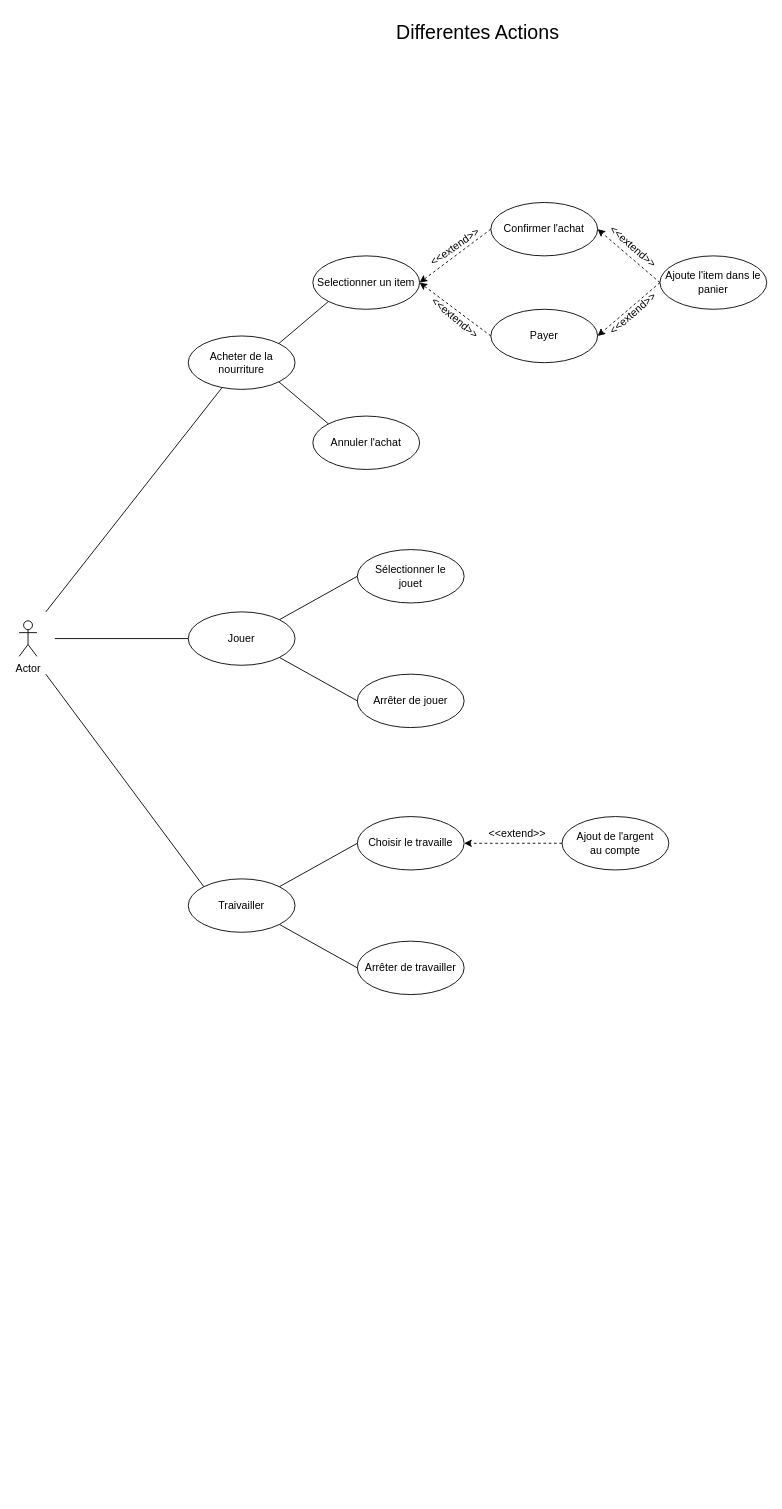
Above: page "Page-2" (2 of 2) of DiagramCasUtilisation.drawio in BMaurice56/Tamagotchi (draw.io), before the change. Source tidied: cells renumbered, new cells numbered last; positions are measured from the earlier drawing's top-left corner, leaving out a move shared by most shapes. Both pictures are drawn from the tidied source at 89%, with x=0, y=0 at pixel (19, 15).
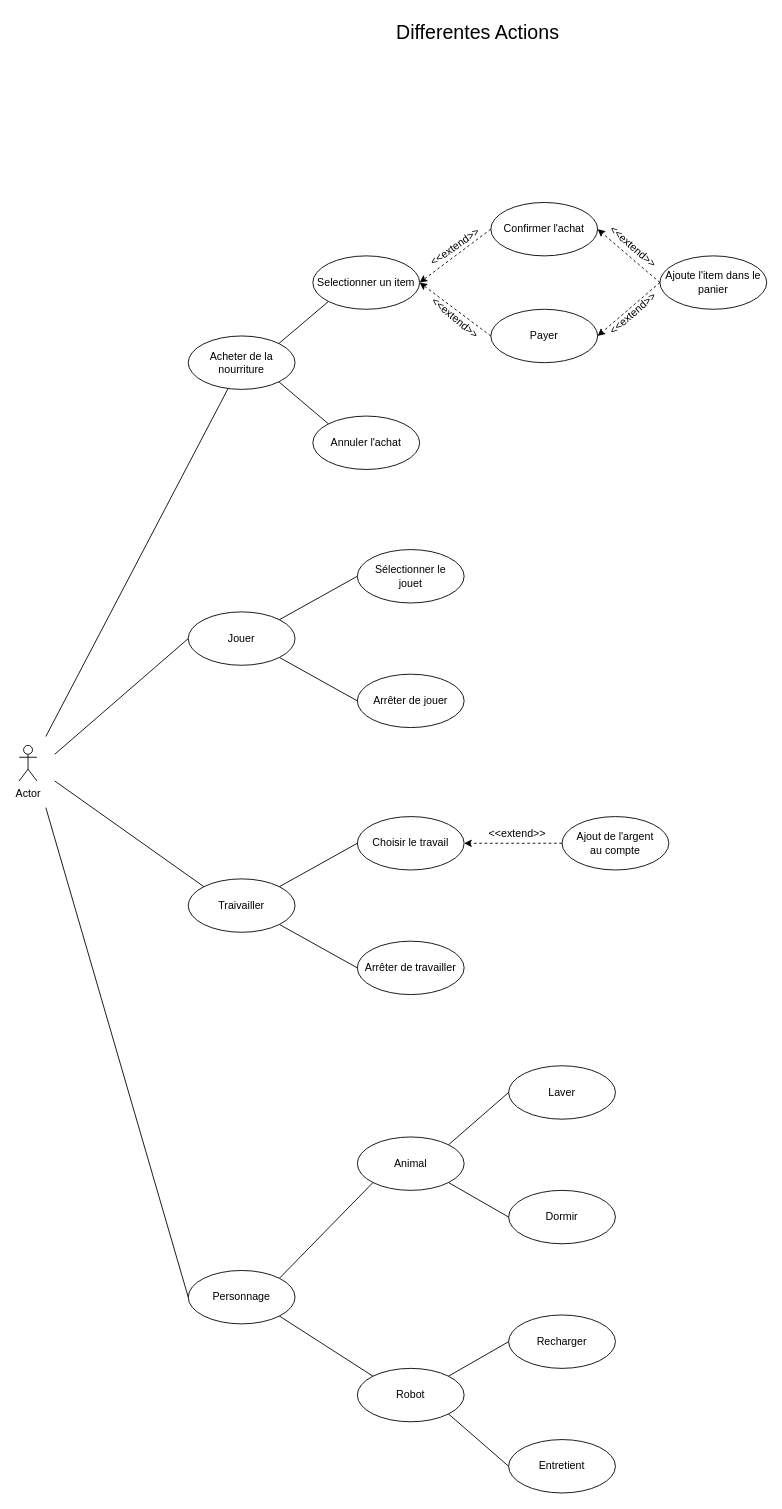
After the change.

Commit message:
Mettre à jour DiagramCasUtilisation.drawio

Unchanged cells that the change refers to:
```xml
<mxCell id="18" value="&lt;div&gt;Acheter de la &lt;br&gt;&lt;/div&gt;&lt;div&gt;nourriture&lt;br&gt;&lt;/div&gt;" style="ellipse;whiteSpace=wrap;html=1;" parent="1" vertex="1">
  <mxGeometry x="190" y="360" width="120" height="60" as="geometry" />
</mxCell>
<mxCell id="19" value="Traivailler" style="ellipse;whiteSpace=wrap;html=1;" parent="1" vertex="1">
  <mxGeometry x="190" y="970" width="120" height="60" as="geometry" />
</mxCell>
<mxCell id="20" value="Jouer" style="ellipse;whiteSpace=wrap;html=1;" parent="1" vertex="1">
  <mxGeometry x="190" y="670" width="120" height="60" as="geometry" />
</mxCell>
```

The edit, as a diff of the source:
```diff
@@
     <mxCell id="2" value="Actor" style="shape=umlActor;verticalLabelPosition=bottom;verticalAlign=top;html=1;" parent="1" vertex="1">
-      <mxGeometry y="680" width="20" height="40" as="geometry" />
+      <mxGeometry y="820" width="20" height="40" as="geometry" />
     </mxCell>
@@
     <mxCell id="22" style="endArrow=none;html=1;rounded=0;" parent="1" edge="1" target="18">
       <mxGeometry relative="1" as="geometry">
-        <mxPoint x="30" y="670" as="sourcePoint" />
+        <mxPoint x="30" y="810" as="sourcePoint" />
       </mxGeometry>
     </mxCell>
     <mxCell id="23" style="endArrow=none;html=1;rounded=0;entryX=0;entryY=0.5;entryDx=0;entryDy=0;" parent="1" edge="1" target="20">
       <mxGeometry relative="1" as="geometry">
-        <mxPoint x="40" y="700" as="sourcePoint" />
+        <mxPoint x="40" y="830" as="sourcePoint" />
       </mxGeometry>
     </mxCell>
     <mxCell id="24" style="endArrow=none;html=1;rounded=0;exitX=0;exitY=0;exitDx=0;exitDy=0;" parent="1" edge="1" source="19">
       <mxGeometry relative="1" as="geometry">
-        <mxPoint x="30" y="740" as="targetPoint" />
+        <mxPoint x="40" y="860" as="targetPoint" />
       </mxGeometry>
     </mxCell>
@@
-    <mxCell id="30" value="Choisir le travaille" style="ellipse;whiteSpace=wrap;html=1;" parent="1" vertex="1">
+    <mxCell id="30" value="Choisir le travail" style="ellipse;whiteSpace=wrap;html=1;" parent="1" vertex="1">
       <mxGeometry x="380" y="900" width="120" height="60" as="geometry" />
     </mxCell>
@@
+    <mxCell id="36" value="Personnage" style="ellipse;whiteSpace=wrap;html=1;" parent="1" vertex="1">
+      <mxGeometry x="190" y="1410" width="120" height="60" as="geometry" />
+    </mxCell>
+    <mxCell id="37" value="Robot" style="ellipse;whiteSpace=wrap;html=1;" parent="1" vertex="1">
+      <mxGeometry x="380" y="1520" width="120" height="60" as="geometry" />
+    </mxCell>
+    <mxCell id="38" value="Animal" style="ellipse;whiteSpace=wrap;html=1;" parent="1" vertex="1">
+      <mxGeometry x="380" y="1260" width="120" height="60" as="geometry" />
+    </mxCell>
+    <mxCell id="39" value="Dormir" style="ellipse;whiteSpace=wrap;html=1;" parent="1" vertex="1">
+      <mxGeometry x="550" y="1320" width="120" height="60" as="geometry" />
+    </mxCell>
+    <mxCell id="40" value="Laver" style="ellipse;whiteSpace=wrap;html=1;" parent="1" vertex="1">
+      <mxGeometry x="550" y="1180" width="120" height="60" as="geometry" />
+    </mxCell>
+    <mxCell id="41" value="Entretient" style="ellipse;whiteSpace=wrap;html=1;" parent="1" vertex="1">
+      <mxGeometry x="550" y="1600" width="120" height="60" as="geometry" />
+    </mxCell>
+    <mxCell id="42" value="Recharger" style="ellipse;whiteSpace=wrap;html=1;" parent="1" vertex="1">
+      <mxGeometry x="550" y="1460" width="120" height="60" as="geometry" />
+    </mxCell>
+    <mxCell id="43" style="endArrow=none;html=1;rounded=0;exitX=0;exitY=0.5;exitDx=0;exitDy=0;" parent="1" edge="1" source="36">
+      <mxGeometry relative="1" as="geometry">
+        <mxPoint x="30" y="890" as="targetPoint" />
+      </mxGeometry>
+    </mxCell>
+    <mxCell id="44" style="endArrow=none;html=1;rounded=0;entryX=0;entryY=1;entryDx=0;entryDy=0;exitX=1;exitY=0;exitDx=0;exitDy=0;" parent="1" edge="1" source="36" target="38">
+      <mxGeometry relative="1" as="geometry" />
+    </mxCell>
+    <mxCell id="45" style="endArrow=none;html=1;rounded=0;entryX=0;entryY=0.5;entryDx=0;entryDy=0;exitX=1;exitY=0;exitDx=0;exitDy=0;" parent="1" edge="1" source="38" target="40">
+      <mxGeometry relative="1" as="geometry" />
+    </mxCell>
+    <mxCell id="46" style="endArrow=none;html=1;rounded=0;exitX=1;exitY=1;exitDx=0;exitDy=0;entryX=0;entryY=0.5;entryDx=0;entryDy=0;" parent="1" edge="1" source="38" target="39">
+      <mxGeometry relative="1" as="geometry" />
+    </mxCell>
+    <mxCell id="47" style="endArrow=none;html=1;rounded=0;exitX=1;exitY=1;exitDx=0;exitDy=0;entryX=0;entryY=0;entryDx=0;entryDy=0;" parent="1" edge="1" source="36" target="37">
+      <mxGeometry relative="1" as="geometry" />
+    </mxCell>
+    <mxCell id="48" style="endArrow=none;html=1;rounded=0;exitX=1;exitY=0;exitDx=0;exitDy=0;entryX=0;entryY=0.5;entryDx=0;entryDy=0;" parent="1" edge="1" source="37" target="42">
+      <mxGeometry relative="1" as="geometry" />
+    </mxCell>
+    <mxCell id="49" style="endArrow=none;html=1;rounded=0;exitX=1;exitY=1;exitDx=0;exitDy=0;entryX=0;entryY=0.5;entryDx=0;entryDy=0;" parent="1" edge="1" source="37" target="41">
+      <mxGeometry relative="1" as="geometry" />
+    </mxCell>
```
